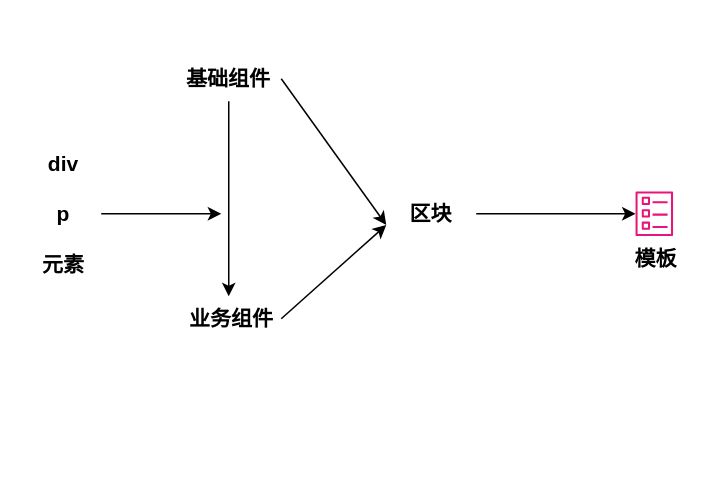
tangyaosimida/love keeps this draw.io diagram as 低代码—从前端组件到前端物料.drawio. Above is the earlier version. Source tidied: cells renumbered, new cells numbered last; positions are measured from the earlier drawing's top-left corner, leaving out a move shared by most shapes. Both pictures are drawn from the tidied source at 150%, with x=0, y=0 at pixel (26, 56).
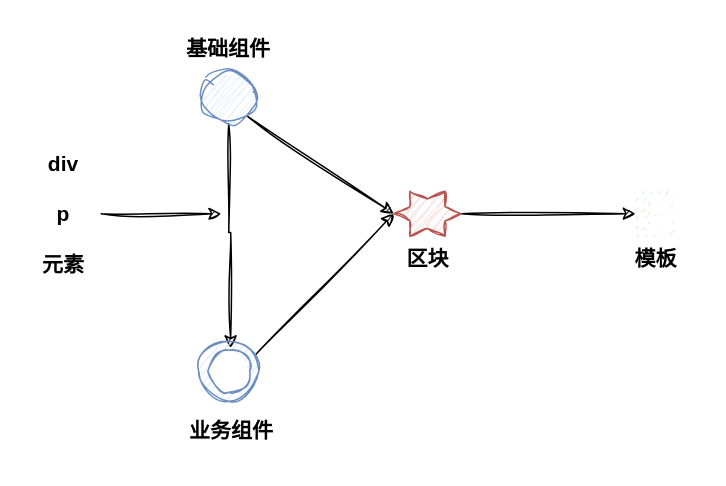
Above is the later version.

Commit message (it also covers changes not shown here):
更新低代码—从前端组件到前端物料.drawio

What changed in the source:
```diff
@@
 <mxGraphModel>
   <root>
     <mxCell id="0" />
     <mxCell id="1" parent="0" />
-    <mxCell id="2" value="&lt;span style=&quot;font-size: 14px;&quot;&gt;&lt;span style=&quot;font-size: 14px;&quot;&gt;div&lt;br style=&quot;font-size: 14px;&quot;&gt;&lt;br style=&quot;font-size: 14px;&quot;&gt;p&lt;br style=&quot;font-size: 14px;&quot;&gt;&lt;br style=&quot;font-size: 14px;&quot;&gt;元素&lt;br style=&quot;font-size: 14px;&quot;&gt;&lt;/span&gt;&lt;/span&gt;" style="text;html=1;align=center;verticalAlign=middle;whiteSpace=wrap;rounded=0;fontSize=14;fontStyle=1;" parent="1" vertex="1">
+    <mxCell id="2" value="&lt;span style=&quot;font-size: 14px;&quot;&gt;&lt;span style=&quot;font-size: 14px;&quot;&gt;div&lt;br style=&quot;font-size: 14px;&quot;&gt;&lt;br style=&quot;font-size: 14px;&quot;&gt;p&lt;br style=&quot;font-size: 14px;&quot;&gt;&lt;br style=&quot;font-size: 14px;&quot;&gt;元素&lt;br style=&quot;font-size: 14px;&quot;&gt;&lt;/span&gt;&lt;/span&gt;" style="text;html=1;align=center;verticalAlign=middle;whiteSpace=wrap;rounded=0;fontSize=14;fontStyle=1;sketch=1;curveFitting=1;jiggle=2;shadow=0;" parent="1" vertex="1">
       <mxGeometry y="50" width="50" height="110" as="geometry" />
     </mxCell>
-    <mxCell id="3" style="edgeStyle=orthogonalEdgeStyle;rounded=0;jettySize=auto;html=1;exitX=0.5;exitY=1;exitDx=0;exitDy=0;entryX=0.5;entryY=0;entryDx=0;entryDy=0;" parent="1" edge="1" source="4" target="5">
+    <mxCell id="3" style="edgeStyle=orthogonalEdgeStyle;rounded=0;jettySize=auto;html=1;exitX=0.5;exitY=1;exitDx=0;exitDy=0;entryX=0.532;entryY=0.112;entryDx=0;entryDy=0;sketch=1;curveFitting=1;jiggle=2;shadow=0;entryPerimeter=0;" parent="1" edge="1" source="15" target="14">
       <mxGeometry relative="1" as="geometry" />
     </mxCell>
-    <mxCell id="4" value="基础组件" style="text;html=1;align=center;verticalAlign=middle;whiteSpace=wrap;rounded=0;fontSize=14;fontStyle=1;" parent="1" vertex="1">
-      <mxGeometry x="100" width="70" height="30" as="geometry" />
+    <mxCell id="4" value="基础组件" style="text;html=1;align=center;verticalAlign=middle;whiteSpace=wrap;rounded=0;fontSize=14;fontStyle=1;sketch=1;curveFitting=1;jiggle=2;shadow=0;" parent="1" vertex="1">
+      <mxGeometry x="100" y="-20" width="70" height="30" as="geometry" />
     </mxCell>
-    <mxCell id="5" value="&amp;nbsp;业务组件" style="text;html=1;align=center;verticalAlign=middle;whiteSpace=wrap;rounded=0;fontSize=14;fontStyle=1;" parent="1" vertex="1">
-      <mxGeometry x="100" y="160" width="70" height="30" as="geometry" />
+    <mxCell id="5" value="&amp;nbsp;业务组件" style="text;html=1;align=center;verticalAlign=middle;whiteSpace=wrap;rounded=0;fontSize=14;fontStyle=1;sketch=1;curveFitting=1;jiggle=2;shadow=0;" parent="1" vertex="1">
+      <mxGeometry x="100" y="230" width="70" height="40" as="geometry" />
     </mxCell>
-    <mxCell id="6" value="区块" style="text;html=1;align=center;verticalAlign=middle;whiteSpace=wrap;rounded=0;fontSize=14;fontStyle=1;" parent="1" vertex="1">
-      <mxGeometry x="240" y="90" width="60" height="30" as="geometry" />
+    <mxCell id="6" value="区块" style="text;html=1;align=center;verticalAlign=middle;whiteSpace=wrap;rounded=0;fontSize=14;fontStyle=1;sketch=1;curveFitting=1;jiggle=2;shadow=0;" parent="1" vertex="1">
+      <mxGeometry x="237.5" y="120" width="60" height="30" as="geometry" />
     </mxCell>
-    <mxCell id="7" value="模板" style="text;html=1;align=center;verticalAlign=middle;whiteSpace=wrap;rounded=0;fontSize=14;fontStyle=1;" parent="1" vertex="1">
+    <mxCell id="7" value="模板" style="text;html=1;align=center;verticalAlign=middle;whiteSpace=wrap;rounded=0;fontSize=14;fontStyle=1;sketch=1;curveFitting=1;jiggle=2;shadow=0;" parent="1" vertex="1">
       <mxGeometry x="390" y="120" width="60" height="30" as="geometry" />
     </mxCell>
-    <mxCell id="8" style="endArrow=classic;html=1;rounded=0;entryX=0;entryY=0.75;entryDx=0;entryDy=0;exitX=1;exitY=0.5;exitDx=0;exitDy=0;" parent="1" edge="1" source="4" target="6">
+    <mxCell id="8" style="endArrow=classic;html=1;rounded=0;entryX=0;entryY=0.5;entryDx=0;entryDy=0;sketch=1;curveFitting=1;jiggle=2;shadow=0;entryPerimeter=0;exitX=1;exitY=1;exitDx=0;exitDy=0;" parent="1" edge="1" source="15" target="13">
       <mxGeometry relative="1" as="geometry" />
     </mxCell>
-    <mxCell id="9" style="endArrow=classic;html=1;rounded=0;entryX=0;entryY=0.75;entryDx=0;entryDy=0;exitX=1;exitY=0.5;exitDx=0;exitDy=0;" parent="1" edge="1" source="5" target="6">
+    <mxCell id="9" style="endArrow=classic;html=1;rounded=0;entryX=0;entryY=0.5;entryDx=0;entryDy=0;exitX=0.939;exitY=0.232;exitDx=0;exitDy=0;sketch=1;curveFitting=1;jiggle=2;shadow=0;entryPerimeter=0;exitPerimeter=0;" parent="1" edge="1" source="14" target="13">
       <mxGeometry relative="1" as="geometry" />
     </mxCell>
-    <mxCell id="10" style="endArrow=classic;html=1;rounded=0;exitX=1;exitY=0.5;exitDx=0;exitDy=0;" parent="1" edge="1" source="6" target="12">
+    <mxCell id="10" style="endArrow=classic;html=1;rounded=0;sketch=1;curveFitting=1;jiggle=2;shadow=0;" parent="1" edge="1" source="13" target="12">
       <mxGeometry relative="1" as="geometry" />
     </mxCell>
-    <mxCell id="11" style="endArrow=classic;html=1;rounded=0;exitX=1;exitY=0.5;exitDx=0;exitDy=0;" parent="1" edge="1" source="2">
+    <mxCell id="11" style="endArrow=classic;html=1;rounded=0;exitX=1;exitY=0.5;exitDx=0;exitDy=0;sketch=1;curveFitting=1;jiggle=2;shadow=0;" parent="1" edge="1" source="2">
       <mxGeometry relative="1" as="geometry">
         <mxPoint x="130" y="105" as="targetPoint" />
       </mxGeometry>
     </mxCell>
-    <mxCell id="12" style="sketch=0;outlineConnect=0;fontColor=#232F3E;gradientColor=none;fillColor=#E7157B;strokeColor=none;dashed=0;verticalLabelPosition=bottom;verticalAlign=top;align=center;html=1;fontSize=12;fontStyle=0;shape=mxgraph.aws4.template;" parent="1" vertex="1">
+    <mxCell id="12" style="sketch=1;outlineConnect=0;fillColor=#d5e8d4;strokeColor=#82b366;dashed=0;verticalLabelPosition=bottom;verticalAlign=top;align=center;html=1;fontSize=12;fontStyle=0;shape=mxgraph.aws4.template;curveFitting=1;jiggle=2;shadow=0;" parent="1" vertex="1">
       <mxGeometry x="406.2" y="90" width="25" height="30" as="geometry" />
     </mxCell>
+    <mxCell id="13" style="verticalLabelPosition=bottom;verticalAlign=top;html=1;shape=mxgraph.basic.6_point_star;fillColor=#f8cecc;strokeColor=#b85450;sketch=1;curveFitting=1;jiggle=2;shadow=0;" parent="1" vertex="1">
+      <mxGeometry x="245" y="90" width="45" height="30" as="geometry" />
+    </mxCell>
+    <mxCell id="14" style="verticalLabelPosition=bottom;verticalAlign=top;html=1;shape=mxgraph.basic.donut;dx=6.04;fillColor=#dae8fc;strokeColor=#6c8ebf;sketch=1;curveFitting=1;jiggle=2;shadow=0;" parent="1" vertex="1">
+      <mxGeometry x="115" y="190" width="40" height="40" as="geometry" />
+    </mxCell>
+    <mxCell id="15" style="ellipse;whiteSpace=wrap;html=1;fillColor=#dae8fc;strokeColor=#6c8ebf;sketch=1;curveFitting=1;jiggle=2;shadow=0;" parent="1" vertex="1">
+      <mxGeometry x="117.5" y="10" width="35" height="35" as="geometry" />
+    </mxCell>
   </root>
 </mxGraphModel>
```
